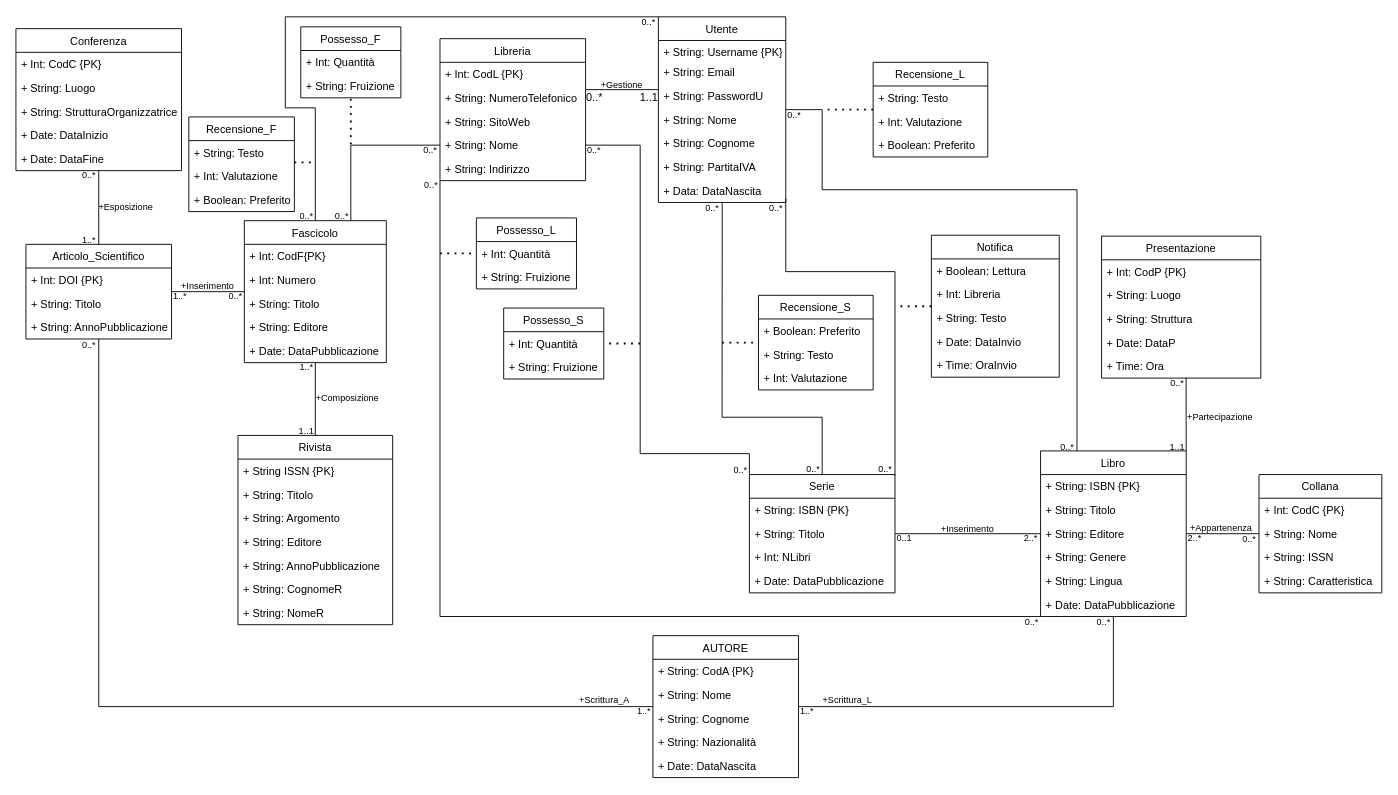
Above: page "UML (ristrutturato) finale" (1 of 2) of DiagrammaUML(ristrutturato).drawio in Giovk/Sistema-di-una-Bibleoteca-Digitale (draw.io), before the change. Source tidied: cells renumbered, new cells numbered last; positions are measured from the earlier drawing's top-left corner, leaving out a move shared by most shapes. Both pictures are drawn from the tidied source at 91%, with x=0, y=0 at pixel (15, 16).
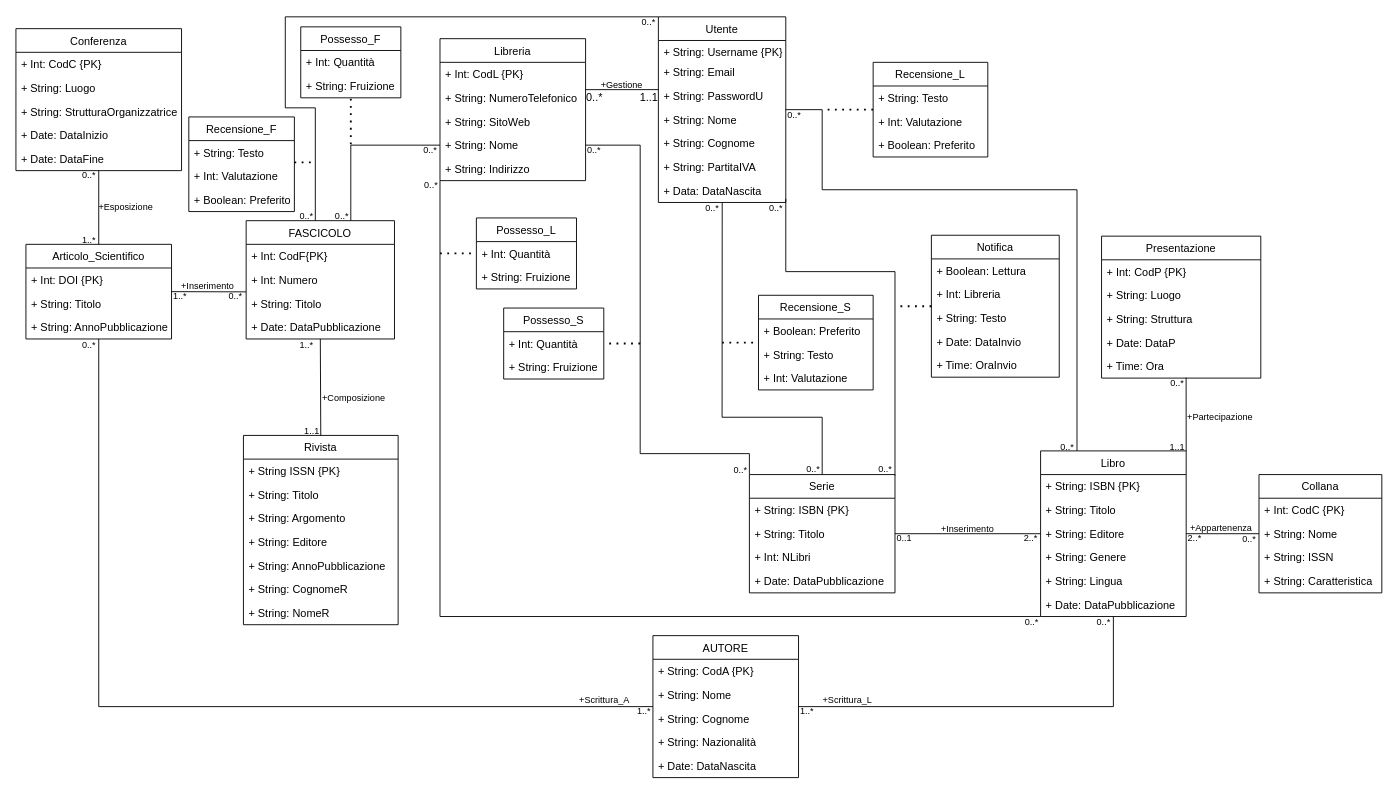
After the change.

Unchanged cells that the change refers to:
```xml
<mxCell id="2" value="Utente" style="swimlane;fontStyle=0;horizontal=1;startSize=26;fillColor=none;" parent="1" vertex="1">
  <mxGeometry x="706" width="140" height="204" as="geometry" />
</mxCell>
<mxCell id="10" value="Articolo_Scientifico" style="swimlane;fontStyle=0;horizontal=1;startSize=26;fillColor=none;" parent="1" vertex="1">
  <mxGeometry x="11" y="250" width="160" height="104" as="geometry" />
</mxCell>
<mxCell id="77" value="Libreria" style="swimlane;fontStyle=0;horizontal=1;startSize=26;fillColor=none;" parent="1" vertex="1">
  <mxGeometry x="466" y="24" width="160" height="156" as="geometry" />
</mxCell>
```

Change to the diagram source:
```diff
@@
-    <mxCell id="20" value="Fascicolo" style="swimlane;fontStyle=0;horizontal=1;startSize=26;fillColor=none;" parent="1" vertex="1">
-      <mxGeometry x="251" y="224" width="156" height="156" as="geometry" />
-    </mxCell>
-    <mxCell id="21" value="+ Int: CodF{PK}" style="text;strokeColor=none;fillColor=none;align=left;verticalAlign=top;spacingLeft=4;spacingRight=4;overflow=hidden;" parent="20" vertex="1">
-      <mxGeometry y="26" width="156" height="26" as="geometry" />
-    </mxCell>
-    <mxCell id="22" value="+ Int: Numero" style="text;strokeColor=none;fillColor=none;align=left;verticalAlign=top;spacingLeft=4;spacingRight=4;overflow=hidden;points=[[0,0.5],[1,0.5]];portConstraint=eastwest;" parent="20" vertex="1">
-      <mxGeometry y="52" width="156" height="26" as="geometry" />
-    </mxCell>
-    <mxCell id="23" value="+ String: Titolo" style="text;strokeColor=none;fillColor=none;align=left;verticalAlign=top;spacingLeft=4;spacingRight=4;overflow=hidden;" parent="20" vertex="1">
-      <mxGeometry y="78" width="156" height="26" as="geometry" />
-    </mxCell>
-    <mxCell id="24" value="+ String: Editore" style="text;strokeColor=none;fillColor=none;align=left;verticalAlign=top;spacingLeft=4;spacingRight=4;overflow=hidden;" parent="20" vertex="1">
-      <mxGeometry y="104" width="156" height="26" as="geometry" />
-    </mxCell>
-    <mxCell id="25" value="+ Date: DataPubblicazione" style="text;strokeColor=none;fillColor=none;align=left;verticalAlign=top;spacingLeft=4;spacingRight=4;overflow=hidden;points=[[0,0.5],[1,0.5]];portConstraint=eastwest;" parent="20" vertex="1">
-      <mxGeometry y="130" width="156" height="26" as="geometry" />
-    </mxCell>
@@
-    <mxCell id="59" style="endArrow=none;html=1;rounded=0;fontSize=10;entryX=0;entryY=0.5;entryDx=0;entryDy=0;exitX=1;exitY=0.5;exitDx=0;exitDy=0;" parent="1" edge="1" source="10" target="20">
+    <mxCell id="59" style="endArrow=none;html=1;rounded=0;fontSize=10;entryX=0;entryY=1.009;entryDx=0;entryDy=0;exitX=1;exitY=0.5;exitDx=0;exitDy=0;entryPerimeter=0;" parent="1" edge="1" source="10" target="22">
       <mxGeometry relative="1" as="geometry" />
     </mxCell>
@@
     <mxCell id="65" value="Rivista" style="swimlane;fontStyle=0;horizontal=1;startSize=26;fillColor=none;" parent="1" vertex="1">
-      <mxGeometry x="244" y="460" width="170" height="208" as="geometry" />
+      <mxGeometry x="250" y="460" width="170" height="208" as="geometry" />
     </mxCell>
@@
-    <mxCell id="73" style="endArrow=none;html=1;rounded=0;fontSize=10;entryX=0.5;entryY=0;entryDx=0;entryDy=0;exitX=0.5;exitY=1.005;exitDx=0;exitDy=0;exitPerimeter=0;" parent="1" edge="1" source="25" target="65">
+    <mxCell id="73" style="endArrow=none;html=1;rounded=0;fontSize=10;entryX=0.5;entryY=0;entryDx=0;entryDy=0;exitX=0.5;exitY=1;exitDx=0;exitDy=0;" parent="1" edge="1" source="160" target="65">
       <mxGeometry relative="1" as="geometry" />
     </mxCell>
     <mxCell id="74" value="&lt;font style=&quot;font-size: 10px;&quot;&gt;1..1&lt;/font&gt;" style="text;html=1;strokeColor=none;fillColor=none;align=center;verticalAlign=middle;whiteSpace=wrap;rounded=0;" parent="1" vertex="1">
-      <mxGeometry x="310" y="450" width="19" height="10" as="geometry" />
+      <mxGeometry x="316" y="450" width="19" height="10" as="geometry" />
     </mxCell>
     <mxCell id="75" value="&lt;font style=&quot;font-size: 10px;&quot;&gt;1..*&lt;/font&gt;" style="text;html=1;strokeColor=none;fillColor=none;align=center;verticalAlign=middle;whiteSpace=wrap;rounded=0;" parent="1" vertex="1">
-      <mxGeometry x="310" y="380" width="19" height="10" as="geometry" />
+      <mxGeometry x="310" y="355" width="19" height="10" as="geometry" />
     </mxCell>
     <mxCell id="76" value="&lt;font style=&quot;font-size: 10px;&quot;&gt;+Composizione&lt;/font&gt;" style="text;html=1;strokeColor=none;fillColor=none;align=center;verticalAlign=middle;whiteSpace=wrap;rounded=0;" parent="1" vertex="1">
-      <mxGeometry x="330" y="414" width="69" height="10" as="geometry" />
+      <mxGeometry x="337" y="414" width="69" height="10" as="geometry" />
     </mxCell>
@@
-    <mxCell id="120" style="endArrow=none;html=1;rounded=0;fontSize=10;exitX=0.75;exitY=0;exitDx=0;exitDy=0;entryX=0;entryY=0.75;entryDx=0;entryDy=0;" parent="1" edge="1" source="20" target="77">
+    <mxCell id="120" style="endArrow=none;html=1;rounded=0;fontSize=10;exitX=0.75;exitY=0;exitDx=0;exitDy=0;entryX=0;entryY=0.75;entryDx=0;entryDy=0;" parent="1" edge="1" target="77">
       <mxGeometry relative="1" as="geometry">
+        <mxPoint x="368" y="224" as="sourcePoint" />
         <Array as="points">
           <mxPoint x="368" y="141" />
         </Array>
       </mxGeometry>
     </mxCell>
@@
-    <mxCell id="128" style="endArrow=none;html=1;rounded=0;fontSize=10;exitX=0.5;exitY=0;exitDx=0;exitDy=0;entryX=0;entryY=0;entryDx=0;entryDy=0;" parent="1" edge="1" source="20" target="2">
+    <mxCell id="128" style="endArrow=none;html=1;rounded=0;fontSize=10;exitX=0.5;exitY=0;exitDx=0;exitDy=0;entryX=0;entryY=0;entryDx=0;entryDy=0;" parent="1" edge="1" target="2">
       <mxGeometry relative="1" as="geometry">
+        <mxPoint x="329" y="224" as="sourcePoint" />
         <Array as="points">
           <mxPoint x="329" y="100" />
           <mxPoint x="296" y="100" />
           <mxPoint x="296" />
         </Array>
       </mxGeometry>
     </mxCell>
@@
+    <mxCell id="160" value="FASCICOLO" style="swimlane;fontStyle=0;horizontal=1;startSize=26;fillColor=none;" parent="1" vertex="1">
+      <mxGeometry x="253" y="224" width="163" height="130" as="geometry" />
+    </mxCell>
+    <mxCell id="21" value="+ Int: CodF{PK}" style="text;strokeColor=none;fillColor=none;align=left;verticalAlign=top;spacingLeft=4;spacingRight=4;overflow=hidden;" parent="160" vertex="1">
+      <mxGeometry y="26" width="163" height="26" as="geometry" />
+    </mxCell>
+    <mxCell id="22" value="+ Int: Numero" style="text;strokeColor=none;fillColor=none;align=left;verticalAlign=top;spacingLeft=4;spacingRight=4;overflow=hidden;points=[[0,0.5],[1,0.5]];portConstraint=eastwest;" parent="160" vertex="1">
+      <mxGeometry y="52" width="163" height="26" as="geometry" />
+    </mxCell>
+    <mxCell id="23" value="+ String: Titolo" style="text;strokeColor=none;fillColor=none;align=left;verticalAlign=top;spacingLeft=4;spacingRight=4;overflow=hidden;" parent="160" vertex="1">
+      <mxGeometry y="78" width="163" height="26" as="geometry" />
+    </mxCell>
+    <mxCell id="25" value="+ Date: DataPubblicazione" style="text;strokeColor=none;fillColor=none;align=left;verticalAlign=top;spacingLeft=4;spacingRight=4;overflow=hidden;points=[[0,0.5],[1,0.5]];portConstraint=eastwest;" parent="160" vertex="1">
+      <mxGeometry y="104" width="163" height="26" as="geometry" />
+    </mxCell>
```
